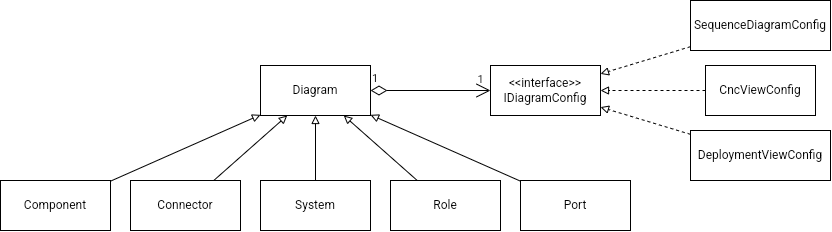
Before: CA/NFR_06.drawio.png, a diagram exported from draw.io (phunm211/SW-Associate-Architecture). Source tidied: cells renumbered, new cells last; positions are measured from the earlier drawing's top-left corner, leaving out a move shared by most shapes. Source of this version:
```xml
<mxGraphModel>
  <root>
    <mxCell id="0" />
    <mxCell id="1" parent="0" />
    <mxCell id="2" value="Diagram" style="html=1;whiteSpace=wrap;" parent="1" vertex="1">
      <mxGeometry x="260" y="65" width="110" height="50" as="geometry" />
    </mxCell>
    <mxCell id="3" value="1" style="endArrow=open;html=1;endSize=12;startArrow=diamondThin;startSize=14;startFill=0;edgeStyle=orthogonalEdgeStyle;align=left;verticalAlign=bottom;rounded=0;" parent="1" edge="1" source="2" target="5">
      <mxGeometry x="-1" y="3" relative="1" as="geometry" />
    </mxCell>
    <mxCell id="4" value="1" style="edgeLabel;html=1;align=center;verticalAlign=middle;labelBackgroundColor=none;" parent="3" vertex="1">
      <mxGeometry x="0.75" y="3" relative="1" as="geometry">
        <mxPoint x="5" y="-9" as="offset" />
      </mxGeometry>
    </mxCell>
    <mxCell id="5" value="&amp;lt;&amp;lt;interface&amp;gt;&amp;gt;&lt;br&gt;IDiagramConfig" style="html=1;whiteSpace=wrap;" parent="1" vertex="1">
      <mxGeometry x="490" y="65" width="110" height="50" as="geometry" />
    </mxCell>
    <mxCell id="6" style="edgeStyle=none;rounded=0;jettySize=auto;html=1;endArrow=block;endFill=0;" parent="1" edge="1" source="7" target="2">
      <mxGeometry relative="1" as="geometry" />
    </mxCell>
    <mxCell id="7" value="Component" style="html=1;whiteSpace=wrap;" parent="1" vertex="1">
      <mxGeometry y="180" width="110" height="50" as="geometry" />
    </mxCell>
    <mxCell id="8" style="edgeStyle=none;rounded=0;jettySize=auto;html=1;endArrow=block;endFill=0;" parent="1" edge="1" source="9" target="2">
      <mxGeometry relative="1" as="geometry" />
    </mxCell>
    <mxCell id="9" value="Connector" style="html=1;whiteSpace=wrap;" parent="1" vertex="1">
      <mxGeometry x="130" y="180" width="110" height="50" as="geometry" />
    </mxCell>
    <mxCell id="10" style="edgeStyle=none;rounded=0;jettySize=auto;html=1;endArrow=block;endFill=0;" parent="1" edge="1" source="11" target="2">
      <mxGeometry relative="1" as="geometry" />
    </mxCell>
    <mxCell id="11" value="System" style="html=1;whiteSpace=wrap;" parent="1" vertex="1">
      <mxGeometry x="260" y="180" width="110" height="50" as="geometry" />
    </mxCell>
    <mxCell id="12" style="edgeStyle=none;rounded=0;jettySize=auto;html=1;endArrow=block;endFill=0;" parent="1" edge="1" source="13" target="2">
      <mxGeometry relative="1" as="geometry" />
    </mxCell>
    <mxCell id="13" value="Port" style="html=1;whiteSpace=wrap;" parent="1" vertex="1">
      <mxGeometry x="520" y="180" width="110" height="50" as="geometry" />
    </mxCell>
    <mxCell id="14" style="rounded=0;jettySize=auto;html=1;endArrow=block;endFill=0;dashed=1;" parent="1" edge="1" source="15" target="5">
      <mxGeometry relative="1" as="geometry" />
    </mxCell>
    <mxCell id="15" value="CncViewConfig" style="html=1;whiteSpace=wrap;" parent="1" vertex="1">
      <mxGeometry x="705" y="65" width="110" height="50" as="geometry" />
    </mxCell>
    <mxCell id="16" style="rounded=0;jettySize=auto;html=1;endArrow=block;endFill=0;dashed=1;" parent="1" edge="1" source="17" target="5">
      <mxGeometry relative="1" as="geometry" />
    </mxCell>
    <mxCell id="17" value="DeploymentViewConfig" style="html=1;whiteSpace=wrap;" parent="1" vertex="1">
      <mxGeometry x="690" y="130" width="140" height="50" as="geometry" />
    </mxCell>
    <mxCell id="18" style="edgeStyle=none;rounded=0;jettySize=auto;html=1;endArrow=block;endFill=0;dashed=1;" parent="1" edge="1" source="19" target="5">
      <mxGeometry relative="1" as="geometry" />
    </mxCell>
    <mxCell id="19" value="SequenceDiagramConfig" style="html=1;whiteSpace=wrap;" parent="1" vertex="1">
      <mxGeometry x="690" width="140" height="50" as="geometry" />
    </mxCell>
    <mxCell id="20" style="edgeStyle=none;rounded=0;jettySize=auto;html=1;endArrow=block;endFill=0;" parent="1" edge="1" source="21" target="2">
      <mxGeometry relative="1" as="geometry" />
    </mxCell>
    <mxCell id="21" value="Role" style="html=1;whiteSpace=wrap;" parent="1" vertex="1">
      <mxGeometry x="390" y="180" width="110" height="50" as="geometry" />
    </mxCell>
  </root>
</mxGraphModel>
```
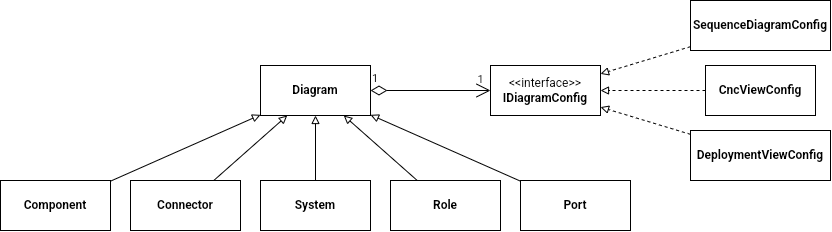
Later version of the same file.

What changed in the source:
```diff
@@ -2,7 +2,7 @@
   <root>
     <mxCell id="0" />
     <mxCell id="1" parent="0" />
-    <mxCell id="2" value="Diagram" style="html=1;whiteSpace=wrap;" parent="1" vertex="1">
+    <mxCell id="2" value="&lt;b&gt;Diagram&lt;/b&gt;" style="html=1;whiteSpace=wrap;" parent="1" vertex="1">
       <mxGeometry x="260" y="65" width="110" height="50" as="geometry" />
     </mxCell>
     <mxCell id="3" value="1" style="endArrow=open;html=1;endSize=12;startArrow=diamondThin;startSize=14;startFill=0;edgeStyle=orthogonalEdgeStyle;align=left;verticalAlign=bottom;rounded=0;" parent="1" edge="1" source="2" target="5">
@@ -13,55 +13,55 @@
         <mxPoint x="5" y="-9" as="offset" />
       </mxGeometry>
     </mxCell>
-    <mxCell id="5" value="&amp;lt;&amp;lt;interface&amp;gt;&amp;gt;&lt;br&gt;IDiagramConfig" style="html=1;whiteSpace=wrap;" parent="1" vertex="1">
+    <mxCell id="5" value="&amp;lt;&amp;lt;interface&amp;gt;&amp;gt;&lt;br&gt;&lt;b&gt;IDiagramConfig&lt;/b&gt;" style="html=1;whiteSpace=wrap;" parent="1" vertex="1">
       <mxGeometry x="490" y="65" width="110" height="50" as="geometry" />
     </mxCell>
     <mxCell id="6" style="edgeStyle=none;rounded=0;jettySize=auto;html=1;endArrow=block;endFill=0;" parent="1" edge="1" source="7" target="2">
       <mxGeometry relative="1" as="geometry" />
     </mxCell>
-    <mxCell id="7" value="Component" style="html=1;whiteSpace=wrap;" parent="1" vertex="1">
+    <mxCell id="7" value="&lt;b&gt;Component&lt;/b&gt;" style="html=1;whiteSpace=wrap;" parent="1" vertex="1">
       <mxGeometry y="180" width="110" height="50" as="geometry" />
     </mxCell>
     <mxCell id="8" style="edgeStyle=none;rounded=0;jettySize=auto;html=1;endArrow=block;endFill=0;" parent="1" edge="1" source="9" target="2">
       <mxGeometry relative="1" as="geometry" />
     </mxCell>
-    <mxCell id="9" value="Connector" style="html=1;whiteSpace=wrap;" parent="1" vertex="1">
+    <mxCell id="9" value="Connector" style="html=1;whiteSpace=wrap;fontStyle=1;" parent="1" vertex="1">
       <mxGeometry x="130" y="180" width="110" height="50" as="geometry" />
     </mxCell>
     <mxCell id="10" style="edgeStyle=none;rounded=0;jettySize=auto;html=1;endArrow=block;endFill=0;" parent="1" edge="1" source="11" target="2">
       <mxGeometry relative="1" as="geometry" />
     </mxCell>
-    <mxCell id="11" value="System" style="html=1;whiteSpace=wrap;" parent="1" vertex="1">
+    <mxCell id="11" value="&lt;b&gt;System&lt;/b&gt;" style="html=1;whiteSpace=wrap;" parent="1" vertex="1">
       <mxGeometry x="260" y="180" width="110" height="50" as="geometry" />
     </mxCell>
     <mxCell id="12" style="edgeStyle=none;rounded=0;jettySize=auto;html=1;endArrow=block;endFill=0;" parent="1" edge="1" source="13" target="2">
       <mxGeometry relative="1" as="geometry" />
     </mxCell>
-    <mxCell id="13" value="Port" style="html=1;whiteSpace=wrap;" parent="1" vertex="1">
+    <mxCell id="13" value="&lt;b&gt;Port&lt;/b&gt;" style="html=1;whiteSpace=wrap;" parent="1" vertex="1">
       <mxGeometry x="520" y="180" width="110" height="50" as="geometry" />
     </mxCell>
     <mxCell id="14" style="rounded=0;jettySize=auto;html=1;endArrow=block;endFill=0;dashed=1;" parent="1" edge="1" source="15" target="5">
       <mxGeometry relative="1" as="geometry" />
     </mxCell>
-    <mxCell id="15" value="CncViewConfig" style="html=1;whiteSpace=wrap;" parent="1" vertex="1">
+    <mxCell id="15" value="&lt;b&gt;CncViewConfig&lt;/b&gt;" style="html=1;whiteSpace=wrap;" parent="1" vertex="1">
       <mxGeometry x="705" y="65" width="110" height="50" as="geometry" />
     </mxCell>
     <mxCell id="16" style="rounded=0;jettySize=auto;html=1;endArrow=block;endFill=0;dashed=1;" parent="1" edge="1" source="17" target="5">
       <mxGeometry relative="1" as="geometry" />
     </mxCell>
-    <mxCell id="17" value="DeploymentViewConfig" style="html=1;whiteSpace=wrap;" parent="1" vertex="1">
+    <mxCell id="17" value="&lt;b&gt;DeploymentViewConfig&lt;/b&gt;" style="html=1;whiteSpace=wrap;" parent="1" vertex="1">
       <mxGeometry x="690" y="130" width="140" height="50" as="geometry" />
     </mxCell>
     <mxCell id="18" style="edgeStyle=none;rounded=0;jettySize=auto;html=1;endArrow=block;endFill=0;dashed=1;" parent="1" edge="1" source="19" target="5">
       <mxGeometry relative="1" as="geometry" />
     </mxCell>
-    <mxCell id="19" value="SequenceDiagramConfig" style="html=1;whiteSpace=wrap;" parent="1" vertex="1">
+    <mxCell id="19" value="&lt;b&gt;SequenceDiagramConfig&lt;/b&gt;" style="html=1;whiteSpace=wrap;" parent="1" vertex="1">
       <mxGeometry x="690" width="140" height="50" as="geometry" />
     </mxCell>
     <mxCell id="20" style="edgeStyle=none;rounded=0;jettySize=auto;html=1;endArrow=block;endFill=0;" parent="1" edge="1" source="21" target="2">
       <mxGeometry relative="1" as="geometry" />
     </mxCell>
-    <mxCell id="21" value="Role" style="html=1;whiteSpace=wrap;" parent="1" vertex="1">
+    <mxCell id="21" value="&lt;b&gt;Role&lt;/b&gt;" style="html=1;whiteSpace=wrap;" parent="1" vertex="1">
       <mxGeometry x="390" y="180" width="110" height="50" as="geometry" />
     </mxCell>
   </root>
```
